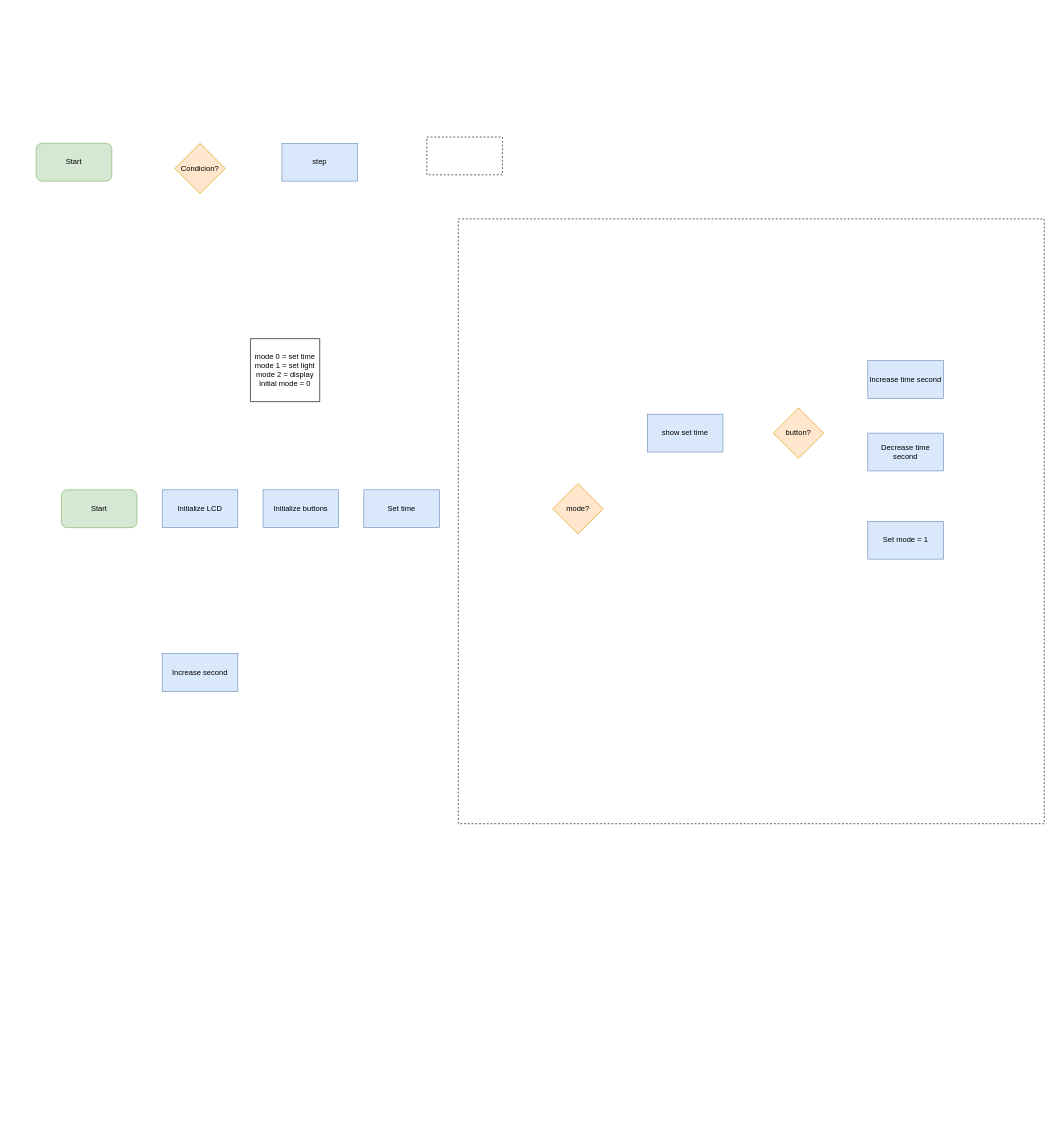
The draw.io diagram clock_display/Diagrama de flujo.drawio in MartinOrdonoCaro/arduino, before the edit. Source tidied: cells renumbered, new cells numbered last; positions are measured from the earlier drawing's top-left corner, leaving out a move shared by most shapes. Both pictures are drawn from the tidied source at 63%, with x=0, y=0 at pixel (36, 137).
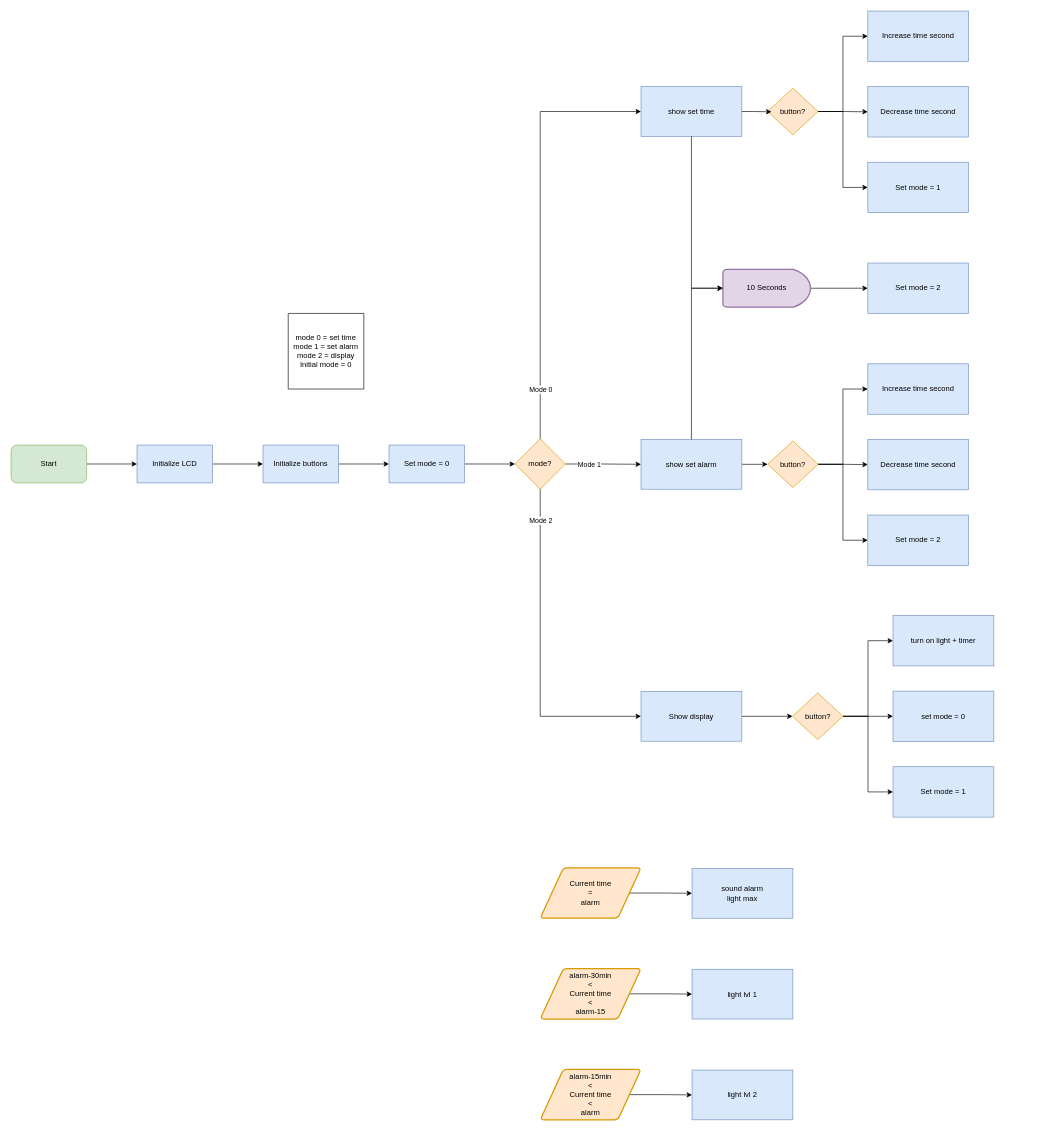
The same diagram, later.

What changed in the source:
```diff
@@
-    <mxCell id="2" style="rounded=0;whiteSpace=wrap;html=1;dashed=1;fillColor=none;" parent="1" vertex="1">
-      <mxGeometry x="670" y="130" width="930" height="960" as="geometry" />
-    </mxCell>
+    <mxCell id="19" style="edgeStyle=orthogonalEdgeStyle;rounded=0;jettySize=auto;html=1;" parent="1" edge="1" source="3" target="7">
+      <mxGeometry relative="1" as="geometry" />
+    </mxCell>
     <mxCell id="3" value="Start" style="rounded=1;whiteSpace=wrap;html=1;fillColor=#d5e8d4;strokeColor=#82b366;" parent="1" vertex="1">
-      <mxGeometry x="40" y="560" width="120" height="60" as="geometry" />
+      <mxGeometry x="-40" y="489" width="120" height="60" as="geometry" />
     </mxCell>
+    <mxCell id="20" style="edgeStyle=orthogonalEdgeStyle;rounded=0;jettySize=auto;html=1;entryX=0;entryY=0.5;entryDx=0;entryDy=0;exitX=0.5;exitY=0;exitDx=0;exitDy=0;" parent="1" edge="1" source="4" target="14">
+      <mxGeometry relative="1" as="geometry" />
+    </mxCell>
+    <mxCell id="21" value="Mode 0" style="edgeLabel;html=1;align=center;verticalAlign=middle;" parent="20" vertex="1">
+      <mxGeometry x="0.12" y="2" relative="1" as="geometry">
+        <mxPoint x="2" y="302" as="offset" />
+      </mxGeometry>
+    </mxCell>
+    <mxCell id="22" style="edgeStyle=orthogonalEdgeStyle;rounded=0;jettySize=auto;html=1;entryX=0;entryY=0.5;entryDx=0;entryDy=0;" parent="1" edge="1" source="4" target="33">
+      <mxGeometry relative="1" as="geometry" />
+    </mxCell>
+    <mxCell id="23" value="Mode 1" style="edgeLabel;html=1;align=center;verticalAlign=middle;" parent="22" vertex="1">
+      <mxGeometry x="-0.39" y="-1" relative="1" as="geometry" />
+    </mxCell>
+    <mxCell id="24" style="edgeStyle=orthogonalEdgeStyle;rounded=0;jettySize=auto;html=1;entryX=0;entryY=0.5;entryDx=0;entryDy=0;" parent="1" edge="1" source="4" target="43">
+      <mxGeometry relative="1" as="geometry">
+        <Array as="points">
+          <mxPoint x="800" y="920" />
+        </Array>
+      </mxGeometry>
+    </mxCell>
+    <mxCell id="25" value="Mode 2" style="edgeLabel;html=1;align=center;verticalAlign=middle;" parent="24" vertex="1">
+      <mxGeometry x="-0.81" relative="1" as="geometry" />
+    </mxCell>
     <mxCell id="4" value="mode?" style="rhombus;whiteSpace=wrap;html=1;fillColor=#ffe6cc;strokeColor=#d79b00;" parent="1" vertex="1">
-      <mxGeometry x="820" y="550" width="80" height="80" as="geometry" />
+      <mxGeometry x="760" y="479" width="80" height="80" as="geometry" />
     </mxCell>
-    <mxCell id="5" value="Start" style="rounded=1;whiteSpace=wrap;html=1;fillColor=#d5e8d4;strokeColor=#82b366;" parent="1" vertex="1">
-      <mxGeometry y="10" width="120" height="60" as="geometry" />
-    </mxCell>
-    <mxCell id="6" value="Condicion?" style="rhombus;whiteSpace=wrap;html=1;fillColor=#ffe6cc;strokeColor=#d79b00;" parent="1" vertex="1">
-      <mxGeometry x="220" y="10" width="80" height="80" as="geometry" />
-    </mxCell>
+    <mxCell id="26" style="edgeStyle=orthogonalEdgeStyle;rounded=0;jettySize=auto;html=1;" parent="1" edge="1" source="7" target="9">
+      <mxGeometry relative="1" as="geometry" />
+    </mxCell>
     <mxCell id="7" value="Initialize LCD" style="rounded=0;whiteSpace=wrap;html=1;fillColor=#dae8fc;strokeColor=#6c8ebf;glass=0;shadow=0;" parent="1" vertex="1">
-      <mxGeometry x="200" y="560" width="120" height="60" as="geometry" />
+      <mxGeometry x="160" y="489" width="120" height="60" as="geometry" />
     </mxCell>
-    <mxCell id="8" style="rounded=0;whiteSpace=wrap;html=1;dashed=1;fillColor=none;" parent="1" vertex="1">
-      <mxGeometry x="620" width="120" height="60" as="geometry" />
-    </mxCell>
+    <mxCell id="27" style="edgeStyle=orthogonalEdgeStyle;rounded=0;jettySize=auto;html=1;" parent="1" edge="1" source="9" target="11">
+      <mxGeometry relative="1" as="geometry" />
+    </mxCell>
     <mxCell id="9" value="Initialize buttons" style="rounded=0;whiteSpace=wrap;html=1;fillColor=#dae8fc;strokeColor=#6c8ebf;glass=0;shadow=0;" parent="1" vertex="1">
-      <mxGeometry x="360" y="560" width="120" height="60" as="geometry" />
+      <mxGeometry x="360" y="489" width="120" height="60" as="geometry" />
     </mxCell>
-    <mxCell id="10" value="Increase second" style="rounded=0;whiteSpace=wrap;html=1;fillColor=#dae8fc;strokeColor=#6c8ebf;glass=0;shadow=0;" parent="1" vertex="1">
-      <mxGeometry x="200" y="820" width="120" height="60" as="geometry" />
-    </mxCell>
+    <mxCell id="28" style="edgeStyle=orthogonalEdgeStyle;rounded=0;jettySize=auto;html=1;" parent="1" edge="1" source="11" target="4">
+      <mxGeometry relative="1" as="geometry" />
+    </mxCell>
-    <mxCell id="11" value="Set time" style="rounded=0;whiteSpace=wrap;html=1;fillColor=#dae8fc;strokeColor=#6c8ebf;glass=0;shadow=0;" parent="1" vertex="1">
-      <mxGeometry x="520" y="560" width="120" height="60" as="geometry" />
+    <mxCell id="11" value="Set mode = 0" style="rounded=0;whiteSpace=wrap;html=1;fillColor=#dae8fc;strokeColor=#6c8ebf;glass=0;shadow=0;" parent="1" vertex="1">
+      <mxGeometry x="560" y="489" width="120" height="60" as="geometry" />
     </mxCell>
-    <mxCell id="12" value="&lt;div&gt;mode 0 = set time&lt;/div&gt;&lt;div&gt;mode 1 = set light&lt;/div&gt;&lt;div&gt;mode 2 = display&lt;/div&gt;Initial mode = 0" style="shape=note;whiteSpace=wrap;html=1;backgroundOutline=1;darkOpacity=0.05;size=0;" parent="1" vertex="1">
-      <mxGeometry x="340" y="320" width="110" height="100" as="geometry" />
+    <mxCell id="12" value="&lt;div&gt;mode 0 = set time&lt;/div&gt;&lt;div&gt;mode 1 = set alarm&lt;/div&gt;&lt;div&gt;mode 2 = display&lt;/div&gt;Initial mode = 0" style="shape=note;whiteSpace=wrap;html=1;backgroundOutline=1;darkOpacity=0.05;size=0;" parent="1" vertex="1">
+      <mxGeometry x="400" y="280" width="120" height="120" as="geometry" />
     </mxCell>
-    <mxCell id="13" value="step" style="rounded=0;whiteSpace=wrap;html=1;fillColor=#dae8fc;strokeColor=#6c8ebf;glass=0;shadow=0;" parent="1" vertex="1">
-      <mxGeometry x="390" y="10" width="120" height="60" as="geometry" />
-    </mxCell>
     <mxCell id="14" value="show set time" style="rounded=0;whiteSpace=wrap;html=1;fillColor=#dae8fc;strokeColor=#6c8ebf;glass=0;shadow=0;" parent="1" vertex="1">
-      <mxGeometry x="970" y="440" width="120" height="60" as="geometry" />
+      <mxGeometry x="960" y="-80" width="160" height="79" as="geometry" />
     </mxCell>
+    <mxCell id="29" style="edgeStyle=orthogonalEdgeStyle;rounded=0;jettySize=auto;html=1;entryX=0;entryY=0.5;entryDx=0;entryDy=0;" parent="1" edge="1" source="15" target="16">
+      <mxGeometry relative="1" as="geometry" />
+    </mxCell>
+    <mxCell id="30" style="edgeStyle=orthogonalEdgeStyle;rounded=0;jettySize=auto;html=1;entryX=0;entryY=0.5;entryDx=0;entryDy=0;" parent="1" edge="1" source="15" target="17">
+      <mxGeometry relative="1" as="geometry" />
+    </mxCell>
+    <mxCell id="31" style="edgeStyle=orthogonalEdgeStyle;rounded=0;jettySize=auto;html=1;entryX=0;entryY=0.5;entryDx=0;entryDy=0;" parent="1" edge="1" source="15" target="18">
+      <mxGeometry relative="1" as="geometry" />
+    </mxCell>
     <mxCell id="15" value="button?" style="rhombus;whiteSpace=wrap;html=1;fillColor=#ffe6cc;strokeColor=#d79b00;" parent="1" vertex="1">
-      <mxGeometry x="1170" y="430" width="80" height="80" as="geometry" />
+      <mxGeometry x="1161" y="-77.5" width="80" height="74" as="geometry" />
     </mxCell>
     <mxCell id="16" value="Increase time second" style="rounded=0;whiteSpace=wrap;html=1;fillColor=#dae8fc;strokeColor=#6c8ebf;glass=0;shadow=0;" parent="1" vertex="1">
-      <mxGeometry x="1320" y="355" width="120" height="60" as="geometry" />
+      <mxGeometry x="1320" y="-200" width="160" height="80" as="geometry" />
     </mxCell>
     <mxCell id="17" value="Decrease time second" style="rounded=0;whiteSpace=wrap;html=1;fillColor=#dae8fc;strokeColor=#6c8ebf;glass=0;shadow=0;" parent="1" vertex="1">
-      <mxGeometry x="1320" y="470" width="120" height="60" as="geometry" />
+      <mxGeometry x="1320" y="-80" width="160" height="80" as="geometry" />
     </mxCell>
     <mxCell id="18" value="Set mode = 1" style="rounded=0;whiteSpace=wrap;html=1;fillColor=#dae8fc;strokeColor=#6c8ebf;glass=0;shadow=0;" parent="1" vertex="1">
-      <mxGeometry x="1320" y="610" width="120" height="60" as="geometry" />
+      <mxGeometry x="1320" y="40" width="160" height="80" as="geometry" />
     </mxCell>
+    <mxCell id="32" style="edgeStyle=orthogonalEdgeStyle;rounded=0;jettySize=auto;html=1;entryX=0;entryY=0.5;entryDx=0;entryDy=0;" parent="1" edge="1" source="33" target="37">
+      <mxGeometry relative="1" as="geometry" />
+    </mxCell>
+    <mxCell id="33" value="show set alarm" style="rounded=0;whiteSpace=wrap;html=1;fillColor=#dae8fc;strokeColor=#6c8ebf;glass=0;shadow=0;" parent="1" vertex="1">
+      <mxGeometry x="960" y="480" width="160" height="79" as="geometry" />
+    </mxCell>
+    <mxCell id="34" style="edgeStyle=orthogonalEdgeStyle;rounded=0;jettySize=auto;html=1;entryX=0;entryY=0.5;entryDx=0;entryDy=0;" parent="1" edge="1" source="37" target="38">
+      <mxGeometry relative="1" as="geometry" />
+    </mxCell>
+    <mxCell id="35" style="edgeStyle=orthogonalEdgeStyle;rounded=0;jettySize=auto;html=1;entryX=0;entryY=0.5;entryDx=0;entryDy=0;" parent="1" edge="1" source="37" target="39">
+      <mxGeometry relative="1" as="geometry" />
+    </mxCell>
+    <mxCell id="36" style="edgeStyle=orthogonalEdgeStyle;rounded=0;jettySize=auto;html=1;entryX=0;entryY=0.5;entryDx=0;entryDy=0;" parent="1" edge="1" source="37" target="40">
+      <mxGeometry relative="1" as="geometry" />
+    </mxCell>
+    <mxCell id="37" value="button?" style="rhombus;whiteSpace=wrap;html=1;fillColor=#ffe6cc;strokeColor=#d79b00;" parent="1" vertex="1">
+      <mxGeometry x="1161" y="482.5" width="80" height="74" as="geometry" />
+    </mxCell>
+    <mxCell id="38" value="Increase time second" style="rounded=0;whiteSpace=wrap;html=1;fillColor=#dae8fc;strokeColor=#6c8ebf;glass=0;shadow=0;" parent="1" vertex="1">
+      <mxGeometry x="1320" y="360" width="160" height="80" as="geometry" />
+    </mxCell>
+    <mxCell id="39" value="Decrease time second" style="rounded=0;whiteSpace=wrap;html=1;fillColor=#dae8fc;strokeColor=#6c8ebf;glass=0;shadow=0;" parent="1" vertex="1">
+      <mxGeometry x="1320" y="480" width="160" height="80" as="geometry" />
+    </mxCell>
+    <mxCell id="40" value="Set mode = 2" style="rounded=0;whiteSpace=wrap;html=1;fillColor=#dae8fc;strokeColor=#6c8ebf;glass=0;shadow=0;" parent="1" vertex="1">
+      <mxGeometry x="1320" y="600" width="160" height="80" as="geometry" />
+    </mxCell>
+    <mxCell id="41" style="edgeStyle=orthogonalEdgeStyle;rounded=0;jettySize=auto;html=1;entryX=0.075;entryY=0.507;entryDx=0;entryDy=0;entryPerimeter=0;" parent="1" edge="1" source="14" target="15">
+      <mxGeometry relative="1" as="geometry" />
+    </mxCell>
+    <mxCell id="42" style="edgeStyle=orthogonalEdgeStyle;rounded=0;jettySize=auto;html=1;entryX=0;entryY=0.5;entryDx=0;entryDy=0;" parent="1" edge="1" source="43" target="61">
+      <mxGeometry relative="1" as="geometry" />
+    </mxCell>
+    <mxCell id="43" value="Show display" style="rounded=0;whiteSpace=wrap;html=1;fillColor=#dae8fc;strokeColor=#6c8ebf;glass=0;shadow=0;" parent="1" vertex="1">
+      <mxGeometry x="960" y="880" width="160" height="79" as="geometry" />
+    </mxCell>
+    <mxCell id="44" style="edgeStyle=orthogonalEdgeStyle;rounded=0;jettySize=auto;html=1;entryX=0;entryY=0.5;entryDx=0;entryDy=0;" parent="1" edge="1" source="45" target="48">
+      <mxGeometry relative="1" as="geometry" />
+    </mxCell>
+    <mxCell id="45" value="10 Seconds" style="strokeWidth=2;html=1;shape=mxgraph.flowchart.delay;whiteSpace=wrap;fillColor=#e1d5e7;strokeColor=#9673a6;" parent="1" vertex="1">
+      <mxGeometry x="1090" y="210" width="139" height="60" as="geometry" />
+    </mxCell>
+    <mxCell id="46" style="edgeStyle=orthogonalEdgeStyle;rounded=0;jettySize=auto;html=1;entryX=0;entryY=0.5;entryDx=0;entryDy=0;entryPerimeter=0;" parent="1" edge="1" source="14" target="45">
+      <mxGeometry relative="1" as="geometry" />
+    </mxCell>
+    <mxCell id="47" style="edgeStyle=orthogonalEdgeStyle;rounded=0;jettySize=auto;html=1;entryX=0;entryY=0.5;entryDx=0;entryDy=0;entryPerimeter=0;" parent="1" edge="1" source="33" target="45">
+      <mxGeometry relative="1" as="geometry" />
+    </mxCell>
+    <mxCell id="48" value="Set mode = 2" style="rounded=0;whiteSpace=wrap;html=1;fillColor=#dae8fc;strokeColor=#6c8ebf;glass=0;shadow=0;" parent="1" vertex="1">
+      <mxGeometry x="1320" y="200" width="160" height="80" as="geometry" />
+    </mxCell>
+    <mxCell id="49" style="edgeStyle=orthogonalEdgeStyle;rounded=0;jettySize=auto;html=1;entryX=0;entryY=0.5;entryDx=0;entryDy=0;" parent="1" edge="1" source="50" target="51">
+      <mxGeometry relative="1" as="geometry" />
+    </mxCell>
+    <mxCell id="50" value="Current time&lt;br&gt;=&lt;br&gt;alarm" style="shape=parallelogram;html=1;strokeWidth=2;perimeter=parallelogramPerimeter;whiteSpace=wrap;rounded=1;arcSize=12;size=0.23;fillColor=#ffe6cc;strokeColor=#d79b00;" parent="1" vertex="1">
+      <mxGeometry x="800" y="1160" width="160" height="80" as="geometry" />
+    </mxCell>
+    <mxCell id="51" value="sound alarm&lt;br&gt;light max" style="rounded=0;whiteSpace=wrap;html=1;fillColor=#dae8fc;strokeColor=#6c8ebf;glass=0;shadow=0;" parent="1" vertex="1">
+      <mxGeometry x="1041" y="1161" width="160" height="79" as="geometry" />
+    </mxCell>
+    <mxCell id="52" style="edgeStyle=orthogonalEdgeStyle;rounded=0;jettySize=auto;html=1;entryX=0;entryY=0.5;entryDx=0;entryDy=0;" parent="1" edge="1" source="53" target="54">
+      <mxGeometry relative="1" as="geometry" />
+    </mxCell>
+    <mxCell id="53" value="alarm-30min&lt;br&gt;&amp;lt;&lt;br&gt;Current time&lt;div&gt;&amp;lt;&lt;br&gt;alarm-15&lt;/div&gt;" style="shape=parallelogram;html=1;strokeWidth=2;perimeter=parallelogramPerimeter;whiteSpace=wrap;rounded=1;arcSize=12;size=0.23;fillColor=#ffe6cc;strokeColor=#d79b00;" parent="1" vertex="1">
+      <mxGeometry x="800" y="1320" width="160" height="80" as="geometry" />
+    </mxCell>
+    <mxCell id="54" value="light lvl 1" style="rounded=0;whiteSpace=wrap;html=1;fillColor=#dae8fc;strokeColor=#6c8ebf;glass=0;shadow=0;" parent="1" vertex="1">
+      <mxGeometry x="1041" y="1321" width="160" height="79" as="geometry" />
+    </mxCell>
+    <mxCell id="55" style="edgeStyle=orthogonalEdgeStyle;rounded=0;jettySize=auto;html=1;entryX=0;entryY=0.5;entryDx=0;entryDy=0;" parent="1" edge="1" source="56" target="57">
+      <mxGeometry relative="1" as="geometry" />
+    </mxCell>
+    <mxCell id="56" value="alarm-15min&lt;br&gt;&amp;lt;&lt;br&gt;Current time&lt;div&gt;&amp;lt;&lt;br&gt;alarm&lt;/div&gt;" style="shape=parallelogram;html=1;strokeWidth=2;perimeter=parallelogramPerimeter;whiteSpace=wrap;rounded=1;arcSize=12;size=0.23;fillColor=#ffe6cc;strokeColor=#d79b00;" parent="1" vertex="1">
+      <mxGeometry x="800" y="1480" width="160" height="80" as="geometry" />
+    </mxCell>
+    <mxCell id="57" value="light lvl 2" style="rounded=0;whiteSpace=wrap;html=1;fillColor=#dae8fc;strokeColor=#6c8ebf;glass=0;shadow=0;" parent="1" vertex="1">
+      <mxGeometry x="1041" y="1481" width="160" height="79" as="geometry" />
+    </mxCell>
+    <mxCell id="58" style="edgeStyle=orthogonalEdgeStyle;rounded=0;jettySize=auto;html=1;entryX=0;entryY=0.5;entryDx=0;entryDy=0;" parent="1" edge="1" source="61" target="62">
+      <mxGeometry relative="1" as="geometry" />
+    </mxCell>
+    <mxCell id="59" style="edgeStyle=orthogonalEdgeStyle;rounded=0;jettySize=auto;html=1;" parent="1" edge="1" source="61" target="63">
+      <mxGeometry relative="1" as="geometry" />
+    </mxCell>
+    <mxCell id="60" style="edgeStyle=orthogonalEdgeStyle;rounded=0;jettySize=auto;html=1;entryX=0;entryY=0.5;entryDx=0;entryDy=0;" parent="1" edge="1" source="61" target="64">
+      <mxGeometry relative="1" as="geometry" />
+    </mxCell>
+    <mxCell id="61" value="button?" style="rhombus;whiteSpace=wrap;html=1;fillColor=#ffe6cc;strokeColor=#d79b00;" parent="1" vertex="1">
+      <mxGeometry x="1200.5" y="882.5" width="80" height="74" as="geometry" />
+    </mxCell>
+    <mxCell id="62" value="turn on light + timer" style="rounded=0;whiteSpace=wrap;html=1;fillColor=#dae8fc;strokeColor=#6c8ebf;glass=0;shadow=0;" parent="1" vertex="1">
+      <mxGeometry x="1360" y="759.5" width="160" height="80" as="geometry" />
+    </mxCell>
+    <mxCell id="63" value="set mode = 0" style="rounded=0;whiteSpace=wrap;html=1;fillColor=#dae8fc;strokeColor=#6c8ebf;glass=0;shadow=0;" parent="1" vertex="1">
+      <mxGeometry x="1360" y="879.5" width="160" height="80" as="geometry" />
+    </mxCell>
+    <mxCell id="64" value="Set mode = 1" style="rounded=0;whiteSpace=wrap;html=1;fillColor=#dae8fc;strokeColor=#6c8ebf;glass=0;shadow=0;" parent="1" vertex="1">
+      <mxGeometry x="1360" y="999.5" width="160" height="80" as="geometry" />
+    </mxCell>
```
